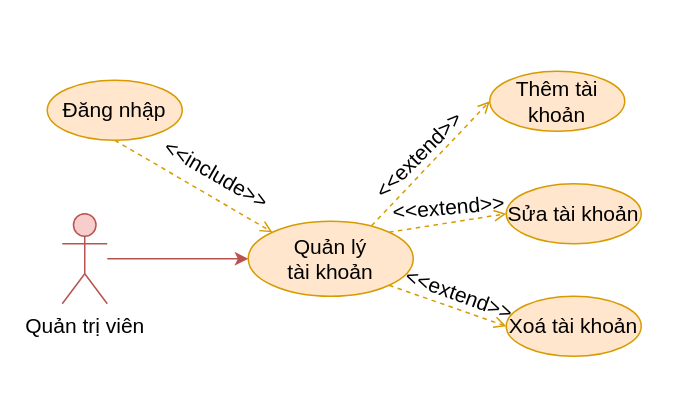
Above: Documents/draw/usecase/phan-ra/quan-ly-tai-khoan.drawio in copecute/do-an-tot-nghiep (draw.io), before the change. Source tidied: cells renumbered, new cells numbered last; positions are measured from the earlier drawing's top-left corner, leaving out a move shared by most shapes. Both pictures are drawn from the tidied source at 150%, with x=0, y=0 at pixel (46, 70).
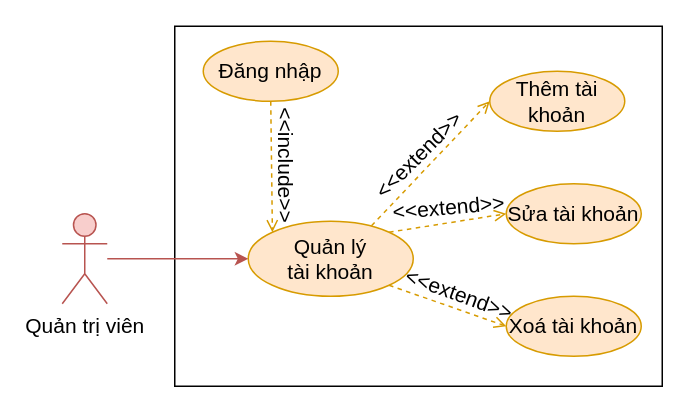
After the change.

Diff of the diagram source:
```diff
@@
 <mxGraphModel>
   <root>
     <mxCell id="0" />
     <mxCell id="1" parent="0" />
+    <mxCell id="17" style="rounded=0;whiteSpace=wrap;html=1;" parent="1" vertex="1">
+      <mxGeometry x="85" y="-30" width="325" height="240" as="geometry" />
+    </mxCell>
     <mxCell id="2" value="Quản lý&lt;br&gt;tài khoản" style="ellipse;whiteSpace=wrap;html=1;fillColor=#ffe6cc;strokeColor=#d79b00;fontSize=14;" parent="1" vertex="1">
       <mxGeometry x="134" y="100" width="110" height="50" as="geometry" />
     </mxCell>
     <mxCell id="3" style="rounded=0;jettySize=auto;html=1;entryX=0;entryY=0.5;entryDx=0;entryDy=0;fillColor=#ffe6cc;strokeColor=#d79b00;exitX=0.747;exitY=0.061;exitDx=0;exitDy=0;exitPerimeter=0;dashed=1;fontSize=14;endArrow=open;endFill=0;" parent="1" edge="1" source="2" target="6">
       <mxGeometry relative="1" as="geometry" />
     </mxCell>
     <mxCell id="4" style="rounded=0;jettySize=auto;html=1;entryX=0;entryY=0.5;entryDx=0;entryDy=0;fillColor=#ffe6cc;strokeColor=#d79b00;exitX=1;exitY=0;exitDx=0;exitDy=0;dashed=1;fontSize=14;endArrow=open;endFill=0;" parent="1" edge="1" source="2" target="7">
       <mxGeometry relative="1" as="geometry" />
     </mxCell>
     <mxCell id="5" style="rounded=0;jettySize=auto;html=1;exitX=1;exitY=1;exitDx=0;exitDy=0;entryX=0;entryY=0.5;entryDx=0;entryDy=0;fillColor=#ffe6cc;strokeColor=#d79b00;dashed=1;fontSize=14;endArrow=open;endFill=0;" parent="1" edge="1" source="2" target="8">
       <mxGeometry relative="1" as="geometry" />
     </mxCell>
     <mxCell id="6" value="Thêm tài khoản" style="ellipse;whiteSpace=wrap;html=1;fillColor=#ffe6cc;strokeColor=#d79b00;fontSize=14;" parent="1" vertex="1">
       <mxGeometry x="295" width="90" height="40" as="geometry" />
     </mxCell>
     <mxCell id="7" value="Sửa tài khoản" style="ellipse;whiteSpace=wrap;html=1;fillColor=#ffe6cc;strokeColor=#d79b00;fontSize=14;" parent="1" vertex="1">
       <mxGeometry x="306" y="75" width="90" height="40" as="geometry" />
     </mxCell>
     <mxCell id="8" value="Xoá tài khoản" style="ellipse;whiteSpace=wrap;html=1;fillColor=#ffe6cc;strokeColor=#d79b00;fontSize=14;" parent="1" vertex="1">
       <mxGeometry x="306" y="150" width="90" height="40" as="geometry" />
     </mxCell>
     <mxCell id="9" value="&lt;font style=&quot;font-size: 14px;&quot;&gt;&amp;lt;&amp;lt;extend&amp;gt;&amp;gt;&lt;/font&gt;" style="text;html=1;strokeColor=none;fillColor=none;align=center;verticalAlign=middle;whiteSpace=wrap;rounded=0;rotation=-45;fontSize=14;" parent="1" vertex="1">
       <mxGeometry x="218" y="41" width="60" height="30" as="geometry" />
     </mxCell>
     <mxCell id="10" value="&lt;font style=&quot;font-size: 14px;&quot;&gt;&amp;lt;&amp;lt;extend&amp;gt;&amp;gt;&lt;/font&gt;" style="text;html=1;strokeColor=none;fillColor=none;align=center;verticalAlign=middle;whiteSpace=wrap;rounded=0;rotation=-5;fontSize=14;" parent="1" vertex="1">
       <mxGeometry x="238" y="76" width="60" height="30" as="geometry" />
     </mxCell>
     <mxCell id="11" value="&lt;font style=&quot;font-size: 14px;&quot;&gt;&amp;lt;&amp;lt;extend&amp;gt;&amp;gt;&lt;/font&gt;" style="text;html=1;strokeColor=none;fillColor=none;align=center;verticalAlign=middle;whiteSpace=wrap;rounded=0;rotation=20;fontSize=14;" parent="1" vertex="1">
       <mxGeometry x="245" y="134" width="60" height="30" as="geometry" />
     </mxCell>
     <mxCell id="12" style="rounded=0;jettySize=auto;html=1;entryX=0;entryY=0.5;entryDx=0;entryDy=0;fillColor=#f8cecc;strokeColor=#b85450;fontSize=14;" parent="1" edge="1" source="13">
       <mxGeometry relative="1" as="geometry">
         <mxPoint x="134" y="125" as="targetPoint" />
       </mxGeometry>
     </mxCell>
     <mxCell id="13" value="Quản trị viên" style="shape=umlActor;verticalLabelPosition=bottom;verticalAlign=top;html=1;outlineConnect=0;fillColor=#f8cecc;strokeColor=#b85450;fontSize=14;" parent="1" vertex="1">
       <mxGeometry x="10" y="95" width="30" height="60" as="geometry" />
     </mxCell>
     <mxCell id="14" style="rounded=0;jettySize=auto;html=1;entryX=0;entryY=0;entryDx=0;entryDy=0;fillColor=#ffe6cc;strokeColor=#d79b00;endArrow=open;endFill=0;dashed=1;exitX=0.5;exitY=1;exitDx=0;exitDy=0;" parent="1" edge="1" source="15" target="2">
       <mxGeometry relative="1" as="geometry" />
     </mxCell>
     <mxCell id="15" value="Đăng nhập" style="ellipse;whiteSpace=wrap;html=1;fillColor=#ffe6cc;strokeColor=#d79b00;fontSize=14;" parent="1" vertex="1">
-      <mxGeometry y="6" width="90" height="40" as="geometry" />
+      <mxGeometry x="104" y="-20" width="90" height="40" as="geometry" />
     </mxCell>
-    <mxCell id="16" value="&lt;font&gt;&amp;lt;&amp;lt;include&amp;gt;&amp;gt;&lt;/font&gt;" style="text;html=1;strokeColor=none;fillColor=none;align=center;verticalAlign=middle;whiteSpace=wrap;rounded=0;rotation=30;fontSize=14;" parent="1" vertex="1">
-      <mxGeometry x="83" y="54" width="60" height="30" as="geometry" />
+    <mxCell id="16" value="&lt;font&gt;&amp;lt;&amp;lt;include&amp;gt;&amp;gt;&lt;/font&gt;" style="text;html=1;strokeColor=none;fillColor=none;align=center;verticalAlign=middle;whiteSpace=wrap;rounded=0;rotation=90;fontSize=14;" parent="1" vertex="1">
+      <mxGeometry x="129" y="48" width="60" height="30" as="geometry" />
     </mxCell>
   </root>
 </mxGraphModel>
```
